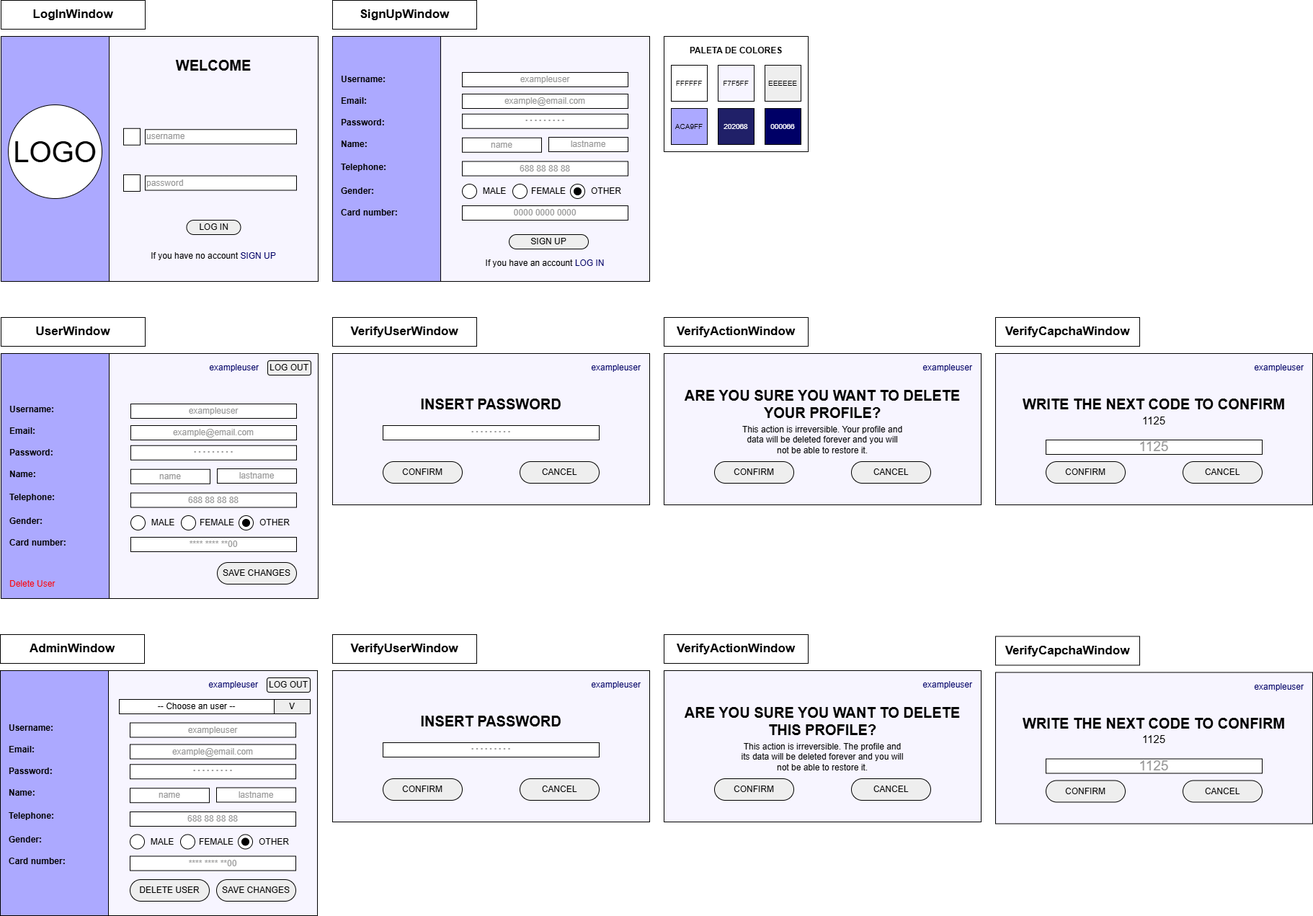
MedievAlex/ADTi_DIN_Reto_CRUD_-Alex_Ekaitz_Kevin_Victor- keeps this draw.io diagram as Documentation/RETO 1 CRUD - Window Planification.png. Above is the earlier version. Source tidied: cells renumbered, new cells last; positions are measured from the earlier drawing's top-left corner, leaving out a move shared by most shapes.
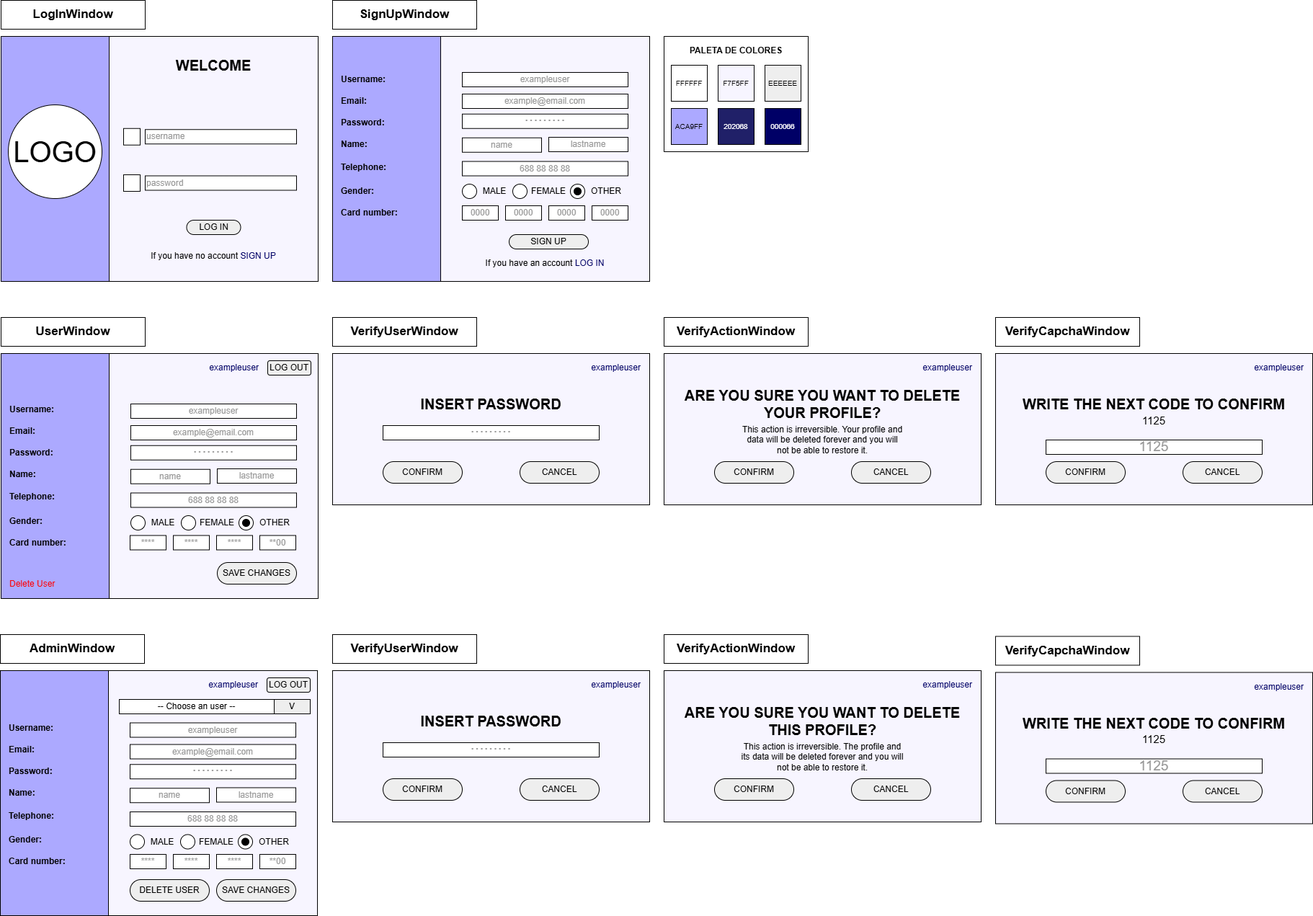
Later version of the same file.

Diff of the diagram source:
```diff
@@ -155,9 +155,6 @@
     <mxCell id="52" value="&lt;font style=&quot;color: rgb(153, 153, 153);&quot;&gt;exampleuser&lt;/font&gt;" style="rounded=0;whiteSpace=wrap;html=1;" parent="1" vertex="1">
       <mxGeometry x="641" y="100" width="230" height="20" as="geometry" />
     </mxCell>
-    <mxCell id="53" value="&lt;span style=&quot;color: rgb(153, 153, 153);&quot;&gt;0000 0000 0000&lt;/span&gt;" style="rounded=0;whiteSpace=wrap;html=1;fontColor=#999999;" parent="1" vertex="1">
-      <mxGeometry x="641" y="285" width="230" height="20" as="geometry" />
-    </mxCell>
     <mxCell id="54" value="Gender:" style="text;html=1;align=left;verticalAlign=middle;whiteSpace=wrap;rounded=0;fontStyle=1;" parent="1" vertex="1">
       <mxGeometry x="471" y="255" width="130" height="20" as="geometry" />
     </mxCell>
@@ -350,9 +347,6 @@
     <mxCell id="117" value="&lt;font style=&quot;color: rgb(153, 153, 153);&quot;&gt;exampleuser&lt;/font&gt;" style="rounded=0;whiteSpace=wrap;html=1;" parent="1" vertex="1">
       <mxGeometry x="181" y="560" width="230" height="20" as="geometry" />
     </mxCell>
-    <mxCell id="118" value="&lt;span style=&quot;color: rgb(153, 153, 153);&quot;&gt;**** **** **00&lt;/span&gt;" style="rounded=0;whiteSpace=wrap;html=1;fontColor=#999999;" parent="1" vertex="1">
-      <mxGeometry x="181" y="745" width="230" height="20" as="geometry" />
-    </mxCell>
     <mxCell id="119" value="Gender:" style="text;html=1;align=left;verticalAlign=middle;whiteSpace=wrap;rounded=0;fontStyle=1;" parent="1" vertex="1">
       <mxGeometry x="11" y="712.5" width="130" height="20" as="geometry" />
     </mxCell>
@@ -413,9 +407,6 @@
     <mxCell id="138" value="&lt;font style=&quot;color: rgb(153, 153, 153);&quot;&gt;exampleuser&lt;/font&gt;" style="rounded=0;whiteSpace=wrap;html=1;" parent="1" vertex="1">
       <mxGeometry x="180" y="1002.5" width="230" height="20" as="geometry" />
     </mxCell>
-    <mxCell id="139" value="&lt;span style=&quot;color: rgb(153, 153, 153);&quot;&gt;**** **** **00&lt;/span&gt;" style="rounded=0;whiteSpace=wrap;html=1;fontColor=#999999;" parent="1" vertex="1">
-      <mxGeometry x="180" y="1187.5" width="230" height="20" as="geometry" />
-    </mxCell>
     <mxCell id="140" value="Gender:" style="text;html=1;align=left;verticalAlign=middle;whiteSpace=wrap;rounded=0;fontStyle=1;" parent="1" vertex="1">
       <mxGeometry x="10" y="1155" width="130" height="20" as="geometry" />
     </mxCell>
@@ -443,5 +434,41 @@
     <mxCell id="148" style="ellipse;whiteSpace=wrap;html=1;fillColor=#000000;" parent="1" vertex="1">
       <mxGeometry x="335" y="1162.5" width="10" height="10" as="geometry" />
     </mxCell>
+    <mxCell id="149" value="&lt;span style=&quot;color: rgb(153, 153, 153);&quot;&gt;****&lt;/span&gt;" style="rounded=0;whiteSpace=wrap;html=1;fontColor=#999999;" parent="1" vertex="1">
+      <mxGeometry x="180" y="742.5" width="50" height="20" as="geometry" />
+    </mxCell>
+    <mxCell id="150" value="&lt;span style=&quot;color: rgb(153, 153, 153);&quot;&gt;****&lt;/span&gt;" style="rounded=0;whiteSpace=wrap;html=1;fontColor=#999999;" parent="1" vertex="1">
+      <mxGeometry x="240" y="742.5" width="50" height="20" as="geometry" />
+    </mxCell>
+    <mxCell id="151" value="&lt;span style=&quot;color: rgb(153, 153, 153);&quot;&gt;****&lt;/span&gt;" style="rounded=0;whiteSpace=wrap;html=1;fontColor=#999999;" parent="1" vertex="1">
+      <mxGeometry x="300" y="742.5" width="50" height="20" as="geometry" />
+    </mxCell>
+    <mxCell id="152" value="&lt;span style=&quot;color: rgb(153, 153, 153);&quot;&gt;**00&lt;/span&gt;" style="rounded=0;whiteSpace=wrap;html=1;fontColor=#999999;" parent="1" vertex="1">
+      <mxGeometry x="360" y="742.5" width="50" height="20" as="geometry" />
+    </mxCell>
+    <mxCell id="153" value="&lt;span style=&quot;color: rgb(153, 153, 153);&quot;&gt;****&lt;/span&gt;" style="rounded=0;whiteSpace=wrap;html=1;fontColor=#999999;" parent="1" vertex="1">
+      <mxGeometry x="180" y="1185" width="50" height="20" as="geometry" />
+    </mxCell>
+    <mxCell id="154" value="&lt;span style=&quot;color: rgb(153, 153, 153);&quot;&gt;****&lt;/span&gt;" style="rounded=0;whiteSpace=wrap;html=1;fontColor=#999999;" parent="1" vertex="1">
+      <mxGeometry x="240" y="1185" width="50" height="20" as="geometry" />
+    </mxCell>
+    <mxCell id="155" value="&lt;span style=&quot;color: rgb(153, 153, 153);&quot;&gt;****&lt;/span&gt;" style="rounded=0;whiteSpace=wrap;html=1;fontColor=#999999;" parent="1" vertex="1">
+      <mxGeometry x="300" y="1185" width="50" height="20" as="geometry" />
+    </mxCell>
+    <mxCell id="156" value="&lt;span style=&quot;color: rgb(153, 153, 153);&quot;&gt;**00&lt;/span&gt;" style="rounded=0;whiteSpace=wrap;html=1;fontColor=#999999;" parent="1" vertex="1">
+      <mxGeometry x="360" y="1185" width="50" height="20" as="geometry" />
+    </mxCell>
+    <mxCell id="157" value="&lt;span style=&quot;color: rgb(153, 153, 153);&quot;&gt;0000&lt;/span&gt;" style="rounded=0;whiteSpace=wrap;html=1;fontColor=#999999;" parent="1" vertex="1">
+      <mxGeometry x="641" y="285" width="50" height="20" as="geometry" />
+    </mxCell>
+    <mxCell id="158" value="&lt;span style=&quot;color: rgb(153, 153, 153);&quot;&gt;0000&lt;/span&gt;" style="rounded=0;whiteSpace=wrap;html=1;fontColor=#999999;" parent="1" vertex="1">
+      <mxGeometry x="701" y="285" width="50" height="20" as="geometry" />
+    </mxCell>
+    <mxCell id="159" value="&lt;span style=&quot;color: rgb(153, 153, 153);&quot;&gt;0000&lt;/span&gt;" style="rounded=0;whiteSpace=wrap;html=1;fontColor=#999999;" parent="1" vertex="1">
+      <mxGeometry x="761" y="285" width="50" height="20" as="geometry" />
+    </mxCell>
+    <mxCell id="160" value="&lt;span style=&quot;color: rgb(153, 153, 153);&quot;&gt;0000&lt;/span&gt;" style="rounded=0;whiteSpace=wrap;html=1;fontColor=#999999;" parent="1" vertex="1">
+      <mxGeometry x="821" y="285" width="50" height="20" as="geometry" />
+    </mxCell>
   </root>
 </mxGraphModel>
```
